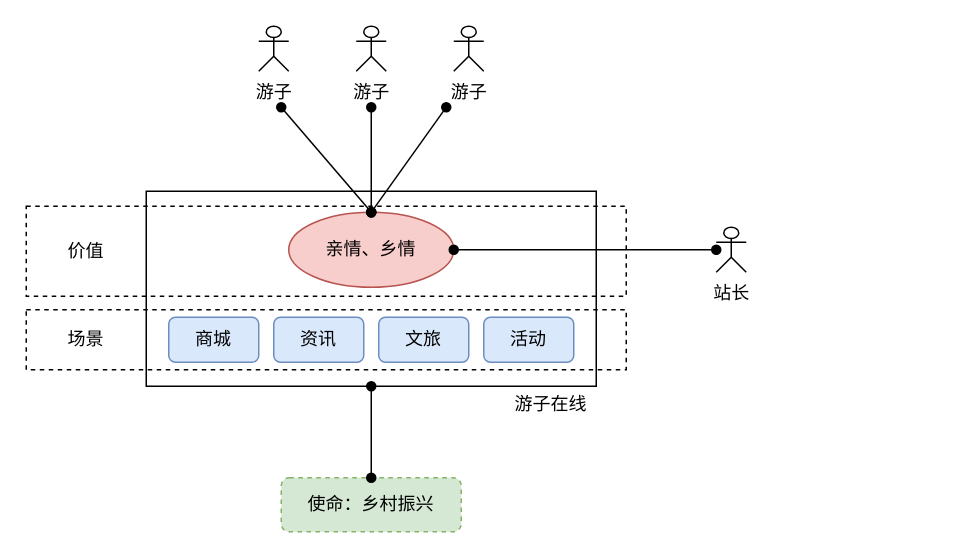
The draw.io diagram yzzx-sc.drawio in trey03/draw, before the edit. Source tidied: cells renumbered, new cells numbered last; positions are measured from the earlier drawing's top-left corner, leaving out a move shared by most shapes. Both pictures are drawn from the tidied source at 150%, with x=0, y=0 at pixel (26, 26).
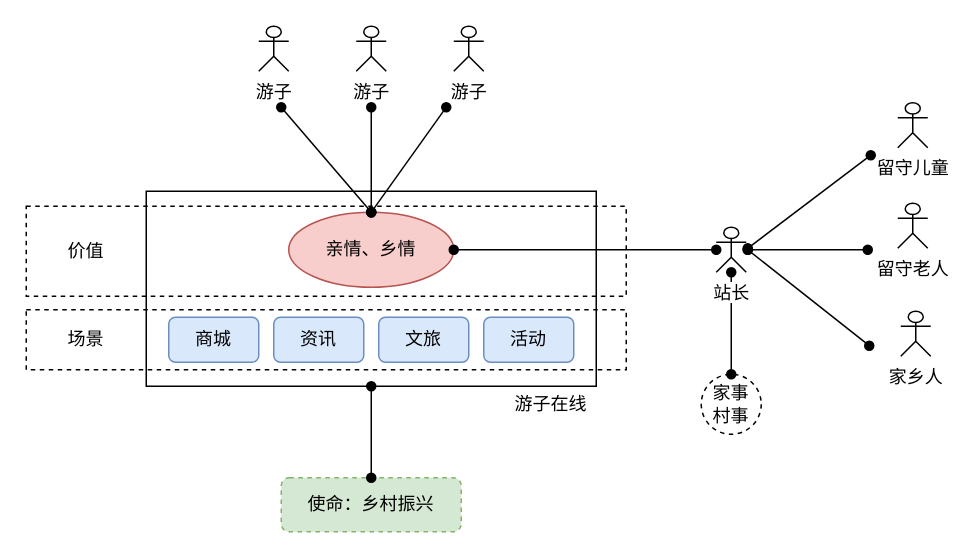
The same diagram, later.

Unchanged cells that the change refers to:
```xml
<mxCell id="16" value="站长" style="shape=umlActor;verticalLabelPosition=bottom;labelBackgroundColor=#ffffff;verticalAlign=top;html=1;outlineConnect=0;" parent="1" vertex="1">
  <mxGeometry x="460" y="134" width="20" height="30" as="geometry" />
</mxCell>
```

What changed in the source:
```diff
@@
+    <mxCell id="23" style="edgeStyle=none;rounded=0;jettySize=auto;html=1;startArrow=oval;startFill=1;endArrow=oval;endFill=1;" parent="1" edge="1" source="16" target="30">
+      <mxGeometry relative="1" as="geometry" />
+    </mxCell>
@@
+    <mxCell id="24" value="留守儿童" style="shape=umlActor;verticalLabelPosition=bottom;labelBackgroundColor=#ffffff;verticalAlign=top;html=1;" parent="1" vertex="1">
+      <mxGeometry x="581" y="51" width="20" height="30" as="geometry" />
+    </mxCell>
+    <mxCell id="25" value="留守老人" style="shape=umlActor;verticalLabelPosition=bottom;labelBackgroundColor=#ffffff;verticalAlign=top;html=1;" parent="1" vertex="1">
+      <mxGeometry x="581" y="118" width="20" height="30" as="geometry" />
+    </mxCell>
+    <mxCell id="26" value="家乡人" style="shape=umlActor;verticalLabelPosition=bottom;labelBackgroundColor=#ffffff;verticalAlign=top;html=1;" parent="1" vertex="1">
+      <mxGeometry x="583" y="190" width="20" height="30" as="geometry" />
+    </mxCell>
+    <mxCell id="27" style="rounded=0;orthogonalLoop=1;jettySize=auto;html=1;endArrow=oval;endFill=1;startArrow=oval;startFill=1;exitX=1;exitY=0.3333333333333333;exitDx=0;exitDy=0;exitPerimeter=0;" parent="1" edge="1">
+      <mxGeometry relative="1" as="geometry">
+        <mxPoint x="481" y="148" as="sourcePoint" />
+        <mxPoint x="563" y="86" as="targetPoint" />
+      </mxGeometry>
+    </mxCell>
+    <mxCell id="28" style="rounded=0;orthogonalLoop=1;jettySize=auto;html=1;endArrow=oval;endFill=1;startArrow=oval;startFill=1;" parent="1" edge="1">
+      <mxGeometry relative="1" as="geometry">
+        <mxPoint x="481" y="149" as="sourcePoint" />
+        <mxPoint x="561" y="149" as="targetPoint" />
+      </mxGeometry>
+    </mxCell>
+    <mxCell id="29" style="rounded=0;orthogonalLoop=1;jettySize=auto;html=1;endArrow=oval;endFill=1;startArrow=oval;startFill=1;" parent="1" edge="1">
+      <mxGeometry relative="1" as="geometry">
+        <mxPoint x="481" y="149" as="sourcePoint" />
+        <mxPoint x="562" y="213" as="targetPoint" />
+      </mxGeometry>
+    </mxCell>
+    <mxCell id="30" value="家事&lt;br&gt;村事" style="ellipse;whiteSpace=wrap;html=1;dashed=1;fillColor=none;" parent="1" vertex="1">
+      <mxGeometry x="450" y="232" width="40" height="40" as="geometry" />
+    </mxCell>
```
